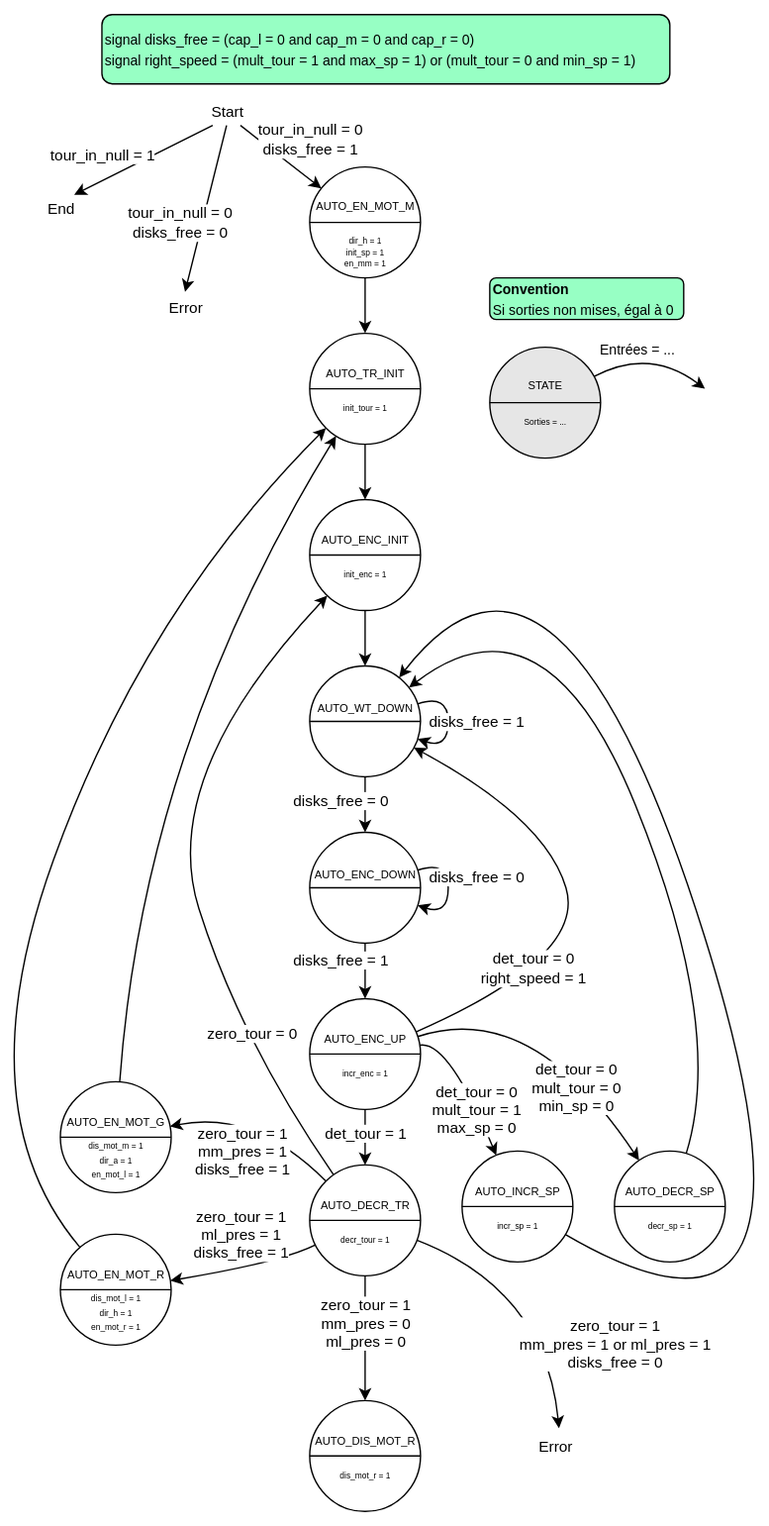
Above: doc/images/state_auto_sequence.svg in Schokiiiiiiii/csn26 (draw.io), before the change. Source tidied: cells renumbered, new cells last; positions are measured from the earlier drawing's top-left corner, leaving out a move shared by most shapes.
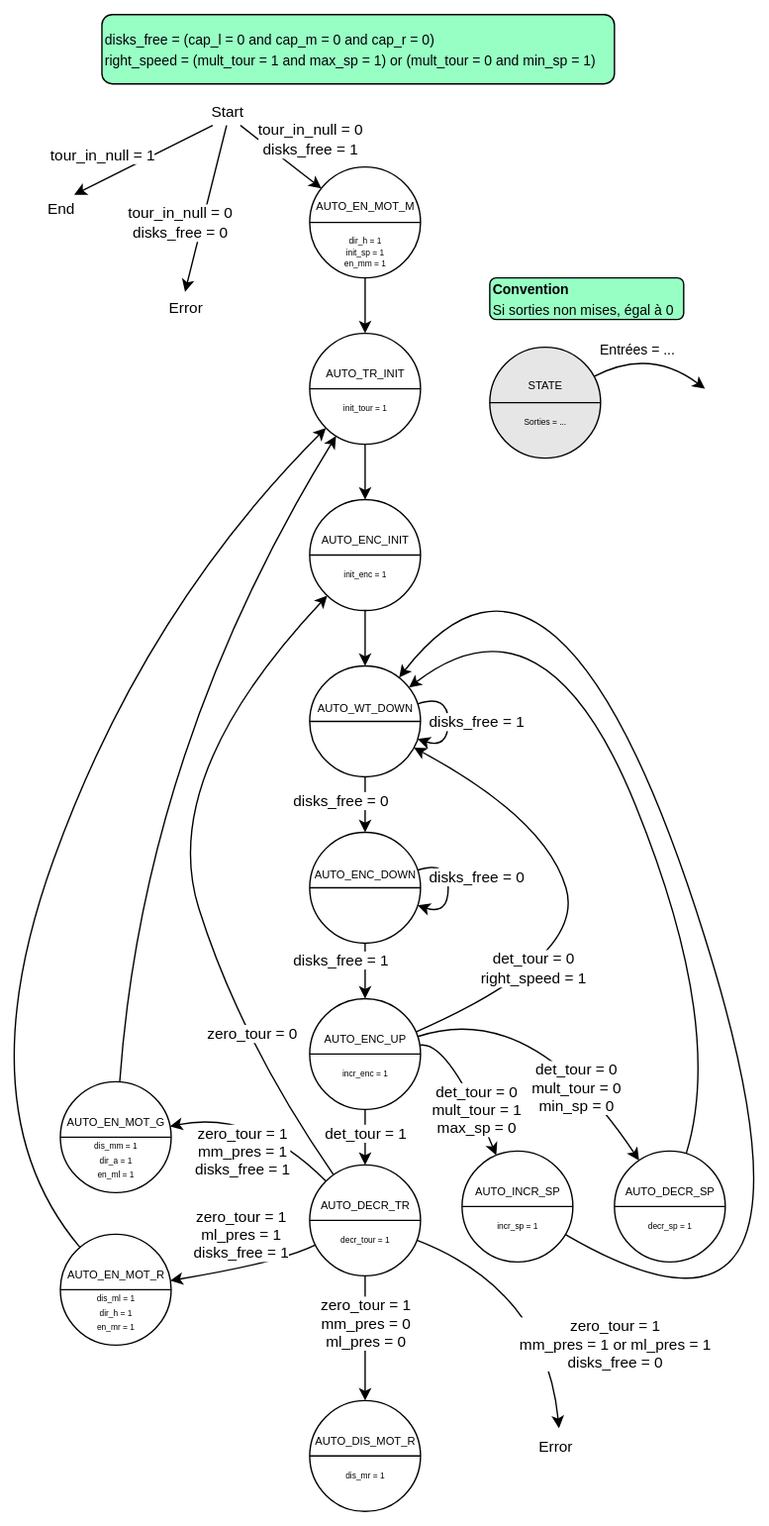
After the change.

The edit, as a diff of the source:
```diff
@@ -18,8 +18,8 @@
         <mxPoint x="-21" y="-19" as="offset" />
       </mxGeometry>
     </mxCell>
-    <mxCell id="6" value="&lt;font style=&quot;font-size: 10px;&quot;&gt;signal disks_free =&amp;nbsp;&lt;span style=&quot;background-color: transparent; color: light-dark(rgb(0, 0, 0), rgb(255, 255, 255));&quot;&gt;(cap_l = 0 and cap_m = 0 and cap_r = 0)&lt;br&gt;&lt;/span&gt;&lt;/font&gt;&lt;div&gt;&lt;font style=&quot;font-size: 10px;&quot;&gt;&lt;font style=&quot;&quot;&gt;&lt;span style=&quot;background-color: transparent; color: light-dark(rgb(0, 0, 0), rgb(255, 255, 255));&quot;&gt;signal right_speed = (&lt;/span&gt;&lt;/font&gt;&lt;span style=&quot;text-align: center; text-wrap-mode: nowrap; background-color: transparent; color: light-dark(rgb(0, 0, 0), rgb(255, 255, 255));&quot;&gt;mult_tour = 1 and max_sp = 1)&amp;nbsp;&lt;/span&gt;&lt;span style=&quot;text-align: center; text-wrap-mode: nowrap; color: light-dark(rgb(0, 0, 0), rgb(255, 255, 255));&quot;&gt;or (mult_tour = 0 and min_sp = 1)&lt;/span&gt;&lt;/font&gt;&lt;/div&gt;" style="rounded=1;whiteSpace=wrap;html=1;align=left;fillColor=#97FFC4;" parent="1" vertex="1">
-      <mxGeometry x="100" width="410" height="50" as="geometry" />
+    <mxCell id="6" value="&lt;font style=&quot;font-size: 10px;&quot;&gt;disks_free =&amp;nbsp;&lt;span style=&quot;background-color: transparent; color: light-dark(rgb(0, 0, 0), rgb(255, 255, 255));&quot;&gt;(cap_l = 0 and cap_m = 0 and cap_r = 0)&lt;br&gt;&lt;/span&gt;&lt;/font&gt;&lt;div&gt;&lt;font style=&quot;font-size: 10px;&quot;&gt;&lt;font style=&quot;&quot;&gt;&lt;span style=&quot;background-color: transparent; color: light-dark(rgb(0, 0, 0), rgb(255, 255, 255));&quot;&gt;right_speed = (&lt;/span&gt;&lt;/font&gt;&lt;span style=&quot;text-align: center; text-wrap-mode: nowrap; background-color: transparent; color: light-dark(rgb(0, 0, 0), rgb(255, 255, 255));&quot;&gt;mult_tour = 1 and max_sp = 1)&amp;nbsp;&lt;/span&gt;&lt;span style=&quot;text-align: center; text-wrap-mode: nowrap; color: light-dark(rgb(0, 0, 0), rgb(255, 255, 255));&quot;&gt;or (mult_tour = 0 and min_sp = 1)&lt;/span&gt;&lt;/font&gt;&lt;/div&gt;" style="rounded=1;whiteSpace=wrap;html=1;align=left;fillColor=#97FFC4;" parent="1" vertex="1">
+      <mxGeometry x="100" width="370" height="50" as="geometry" />
     </mxCell>
     <mxCell id="7" value="&lt;div style=&quot;line-height: 90%;&quot;&gt;&lt;span style=&quot;font-size: 8px; background-color: transparent; color: light-dark(rgb(0, 0, 0), rgb(255, 255, 255));&quot;&gt;STATE&lt;/span&gt;&lt;/div&gt;&lt;div style=&quot;line-height: 90%;&quot;&gt;&lt;span style=&quot;font-size: 8px; background-color: transparent; color: light-dark(rgb(0, 0, 0), rgb(255, 255, 255));&quot;&gt;&lt;br&gt;&lt;/span&gt;&lt;/div&gt;&lt;div style=&quot;line-height: 90%;&quot;&gt;&lt;div&gt;&lt;span style=&quot;font-size: 6px;&quot;&gt;Sorties = ...&lt;/span&gt;&lt;/div&gt;&lt;/div&gt;" style="ellipse;whiteSpace=wrap;html=1;fillColor=#E6E6E6;" parent="1" vertex="1">
       <mxGeometry x="380" y="240" width="80" height="80" as="geometry" />
@@ -120,19 +120,19 @@
     <mxCell id="32" style="endArrow=none;html=1;rounded=0;exitX=0;exitY=0.5;exitDx=0;exitDy=0;entryX=1;entryY=0.5;entryDx=0;entryDy=0;" parent="1" edge="1" source="31" target="31">
       <mxGeometry relative="1" as="geometry" />
     </mxCell>
-    <mxCell id="33" value="&lt;div style=&quot;line-height: 90%;&quot;&gt;&lt;span style=&quot;font-size: 8px;&quot;&gt;AUTO_DIS_MOT_R&lt;/span&gt;&lt;/div&gt;&lt;div style=&quot;line-height: 90%;&quot;&gt;&lt;span style=&quot;font-size: 8px; background-color: transparent; color: light-dark(rgb(0, 0, 0), rgb(255, 255, 255));&quot;&gt;&lt;br&gt;&lt;/span&gt;&lt;/div&gt;&lt;div style=&quot;line-height: 70%;&quot;&gt;&lt;span style=&quot;font-size: 6px;&quot;&gt;dis_mot_r = 1&lt;/span&gt;&lt;/div&gt;" style="ellipse;whiteSpace=wrap;html=1;" parent="1" vertex="1">
+    <mxCell id="33" value="&lt;div style=&quot;line-height: 90%;&quot;&gt;&lt;span style=&quot;font-size: 8px;&quot;&gt;AUTO_DIS_MOT_R&lt;/span&gt;&lt;/div&gt;&lt;div style=&quot;line-height: 90%;&quot;&gt;&lt;span style=&quot;font-size: 8px; background-color: transparent; color: light-dark(rgb(0, 0, 0), rgb(255, 255, 255));&quot;&gt;&lt;br&gt;&lt;/span&gt;&lt;/div&gt;&lt;div style=&quot;line-height: 70%;&quot;&gt;&lt;span style=&quot;font-size: 6px;&quot;&gt;dis_mr = 1&lt;/span&gt;&lt;/div&gt;" style="ellipse;whiteSpace=wrap;html=1;" parent="1" vertex="1">
       <mxGeometry x="250" y="1000" width="80" height="80" as="geometry" />
     </mxCell>
     <mxCell id="34" style="endArrow=none;html=1;rounded=0;exitX=0;exitY=0.5;exitDx=0;exitDy=0;entryX=1;entryY=0.5;entryDx=0;entryDy=0;" parent="1" edge="1" source="33" target="33">
       <mxGeometry relative="1" as="geometry" />
     </mxCell>
-    <mxCell id="35" value="&lt;div style=&quot;line-height: 90%;&quot;&gt;&lt;br&gt;&lt;/div&gt;&lt;div style=&quot;line-height: 90%;&quot;&gt;&lt;div style=&quot;line-height: 10.8px;&quot;&gt;&lt;span style=&quot;font-size: 8px; line-height: 20px;&quot;&gt;AUTO_EN_MOT_R&lt;/span&gt;&lt;/div&gt;&lt;div style=&quot;line-height: 8.4px;&quot;&gt;&lt;span style=&quot;font-size: 6px;&quot;&gt;dis_mot_l = 1&lt;/span&gt;&lt;/div&gt;&lt;div style=&quot;line-height: 8.4px;&quot;&gt;&lt;span style=&quot;font-size: 6px;&quot;&gt;dir_h = 1&lt;/span&gt;&lt;/div&gt;&lt;div style=&quot;line-height: 8.4px;&quot;&gt;&lt;span style=&quot;font-size: 6px;&quot;&gt;en_mot_r = 1&lt;/span&gt;&lt;/div&gt;&lt;/div&gt;" style="ellipse;whiteSpace=wrap;html=1;" parent="1" vertex="1">
+    <mxCell id="35" value="&lt;div style=&quot;line-height: 90%;&quot;&gt;&lt;br&gt;&lt;/div&gt;&lt;div style=&quot;line-height: 90%;&quot;&gt;&lt;div style=&quot;line-height: 10.8px;&quot;&gt;&lt;span style=&quot;font-size: 8px; line-height: 20px;&quot;&gt;AUTO_EN_MOT_R&lt;/span&gt;&lt;/div&gt;&lt;div style=&quot;line-height: 8.4px;&quot;&gt;&lt;span style=&quot;font-size: 6px;&quot;&gt;dis_ml = 1&lt;/span&gt;&lt;/div&gt;&lt;div style=&quot;line-height: 8.4px;&quot;&gt;&lt;span style=&quot;font-size: 6px;&quot;&gt;dir_h = 1&lt;/span&gt;&lt;/div&gt;&lt;div style=&quot;line-height: 8.4px;&quot;&gt;&lt;span style=&quot;font-size: 6px;&quot;&gt;en_mr = 1&lt;/span&gt;&lt;/div&gt;&lt;/div&gt;" style="ellipse;whiteSpace=wrap;html=1;" parent="1" vertex="1">
       <mxGeometry x="70" y="880" width="80" height="80" as="geometry" />
     </mxCell>
     <mxCell id="36" style="endArrow=none;html=1;rounded=0;exitX=0;exitY=0.5;exitDx=0;exitDy=0;entryX=1;entryY=0.5;entryDx=0;entryDy=0;" parent="1" edge="1" source="35" target="35">
       <mxGeometry relative="1" as="geometry" />
     </mxCell>
-    <mxCell id="37" value="&lt;div style=&quot;line-height: 90%;&quot;&gt;&lt;br&gt;&lt;/div&gt;&lt;div style=&quot;line-height: 90%;&quot;&gt;&lt;span style=&quot;font-size: 8px; line-height: 250%;&quot;&gt;AUTO_EN_MOT_G&lt;/span&gt;&lt;/div&gt;&lt;div style=&quot;line-height: 70%;&quot;&gt;&lt;span style=&quot;font-size: 6px;&quot;&gt;dis_mot_m = 1&lt;/span&gt;&lt;/div&gt;&lt;div style=&quot;line-height: 70%;&quot;&gt;&lt;span style=&quot;font-size: 6px;&quot;&gt;dir_a = 1&lt;/span&gt;&lt;/div&gt;&lt;div style=&quot;line-height: 70%;&quot;&gt;&lt;span style=&quot;font-size: 6px;&quot;&gt;en_mot_l = 1&lt;/span&gt;&lt;/div&gt;" style="ellipse;whiteSpace=wrap;html=1;" parent="1" vertex="1">
+    <mxCell id="37" value="&lt;div style=&quot;line-height: 90%;&quot;&gt;&lt;br&gt;&lt;/div&gt;&lt;div style=&quot;line-height: 90%;&quot;&gt;&lt;span style=&quot;font-size: 8px; line-height: 250%;&quot;&gt;AUTO_EN_MOT_G&lt;/span&gt;&lt;/div&gt;&lt;div style=&quot;line-height: 70%;&quot;&gt;&lt;span style=&quot;font-size: 6px;&quot;&gt;dis_mm = 1&lt;/span&gt;&lt;/div&gt;&lt;div style=&quot;line-height: 70%;&quot;&gt;&lt;span style=&quot;font-size: 6px;&quot;&gt;dir_a = 1&lt;/span&gt;&lt;/div&gt;&lt;div style=&quot;line-height: 70%;&quot;&gt;&lt;span style=&quot;font-size: 6px;&quot;&gt;en_ml = 1&lt;/span&gt;&lt;/div&gt;" style="ellipse;whiteSpace=wrap;html=1;" parent="1" vertex="1">
       <mxGeometry x="70" y="770" width="80" height="80" as="geometry" />
     </mxCell>
     <mxCell id="38" style="endArrow=none;html=1;rounded=0;exitX=0;exitY=0.5;exitDx=0;exitDy=0;entryX=1;entryY=0.5;entryDx=0;entryDy=0;elbow=horizontal;" parent="1" edge="1" source="37" target="37">
```
